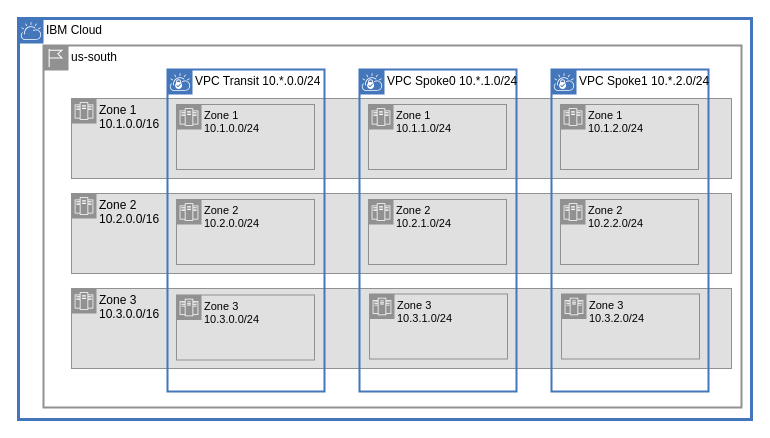
Earlier version of the draw.io diagram page "zones" (2 of 15) of diagrams/vpc-transit.drawio (ibm-cloud-docs/solution-tutorials). Source tidied: cells renumbered, new cells numbered last; positions are measured from the earlier drawing's top-left corner, leaving out a move shared by most shapes. Both pictures are drawn from the tidied source at 100%, with x=0, y=0 at pixel (18, 18).
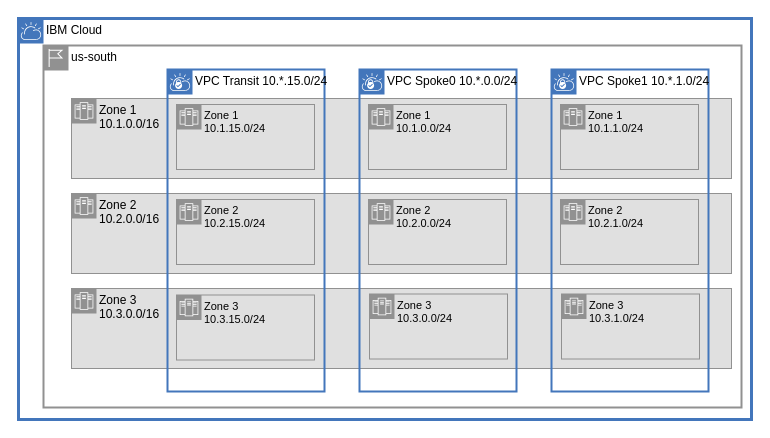
The same diagram, later.

Unchanged cells that the change refers to:
```xml
<mxCell id="7" style="group;" parent="1" vertex="1">
  <mxGeometry x="149" y="51" width="157" height="322" as="geometry" />
</mxCell>
<mxCell id="12" style="group;" parent="1" vertex="1">
  <mxGeometry x="341" y="51" width="157" height="322" as="geometry" />
</mxCell>
<mxCell id="17" style="group;" parent="1" vertex="1">
  <mxGeometry x="533" y="51" width="157" height="322" as="geometry" />
</mxCell>
```

What changed in the source:
```diff
@@
-    <mxCell id="8" value="VPC Transit 10.*.0.0/24" style="shape=mxgraph.ibm.box;prType=vpc;fontStyle=0;verticalAlign=top;align=left;spacingLeft=32;spacingTop=4;fillColor=none;rounded=0;whiteSpace=wrap;html=1;strokeColor=#4376BB;strokeWidth=2;dashed=0;spacing=-4;" parent="7" vertex="1">
+    <mxCell id="8" value="VPC Transit 10.*.15.0/24" style="shape=mxgraph.ibm.box;prType=vpc;fontStyle=0;verticalAlign=top;align=left;spacingLeft=32;spacingTop=4;fillColor=none;rounded=0;whiteSpace=wrap;html=1;strokeColor=#4376BB;strokeWidth=2;dashed=0;spacing=-4;" parent="7" vertex="1">
       <mxGeometry width="157" height="322" as="geometry" />
     </mxCell>
-    <mxCell id="9" value="Zone 1&lt;br&gt;10.1.0.0/24" style="shape=mxgraph.ibm.box;prType=zone;fontStyle=0;verticalAlign=top;align=left;spacingLeft=32;spacingTop=4;fillColor=#E0E0E0;rounded=0;whiteSpace=wrap;html=1;strokeColor=#919191;strokeWidth=1;dashed=0;spacing=-4;fontFamily=Helvetica;fontSize=11;fontColor=default;" parent="7" vertex="1">
+    <mxCell id="9" value="Zone 1&lt;br&gt;10.1.15.0/24" style="shape=mxgraph.ibm.box;prType=zone;fontStyle=0;verticalAlign=top;align=left;spacingLeft=32;spacingTop=4;fillColor=#E0E0E0;rounded=0;whiteSpace=wrap;html=1;strokeColor=#919191;strokeWidth=1;dashed=0;spacing=-4;fontFamily=Helvetica;fontSize=11;fontColor=default;" parent="7" vertex="1">
       <mxGeometry x="9" y="35" width="138" height="65" as="geometry" />
     </mxCell>
-    <mxCell id="10" value="Zone 2&lt;br&gt;10.2.0.0/24" style="shape=mxgraph.ibm.box;prType=zone;fontStyle=0;verticalAlign=top;align=left;spacingLeft=32;spacingTop=4;fillColor=#E0E0E0;rounded=0;whiteSpace=wrap;html=1;strokeColor=#919191;strokeWidth=1;dashed=0;spacing=-4;fontFamily=Helvetica;fontSize=11;fontColor=default;" parent="7" vertex="1">
+    <mxCell id="10" value="Zone 2&lt;br&gt;10.2.15.0/24" style="shape=mxgraph.ibm.box;prType=zone;fontStyle=0;verticalAlign=top;align=left;spacingLeft=32;spacingTop=4;fillColor=#E0E0E0;rounded=0;whiteSpace=wrap;html=1;strokeColor=#919191;strokeWidth=1;dashed=0;spacing=-4;fontFamily=Helvetica;fontSize=11;fontColor=default;" parent="7" vertex="1">
       <mxGeometry x="9" y="130" width="138" height="65" as="geometry" />
     </mxCell>
-    <mxCell id="11" value="Zone 3&lt;br&gt;10.3.0.0/24" style="shape=mxgraph.ibm.box;prType=zone;fontStyle=0;verticalAlign=top;align=left;spacingLeft=32;spacingTop=4;fillColor=#E0E0E0;rounded=0;whiteSpace=wrap;html=1;strokeColor=#919191;strokeWidth=1;dashed=0;spacing=-4;fontFamily=Helvetica;fontSize=11;fontColor=default;" parent="7" vertex="1">
+    <mxCell id="11" value="Zone 3&lt;br&gt;10.3.15.0/24" style="shape=mxgraph.ibm.box;prType=zone;fontStyle=0;verticalAlign=top;align=left;spacingLeft=32;spacingTop=4;fillColor=#E0E0E0;rounded=0;whiteSpace=wrap;html=1;strokeColor=#919191;strokeWidth=1;dashed=0;spacing=-4;fontFamily=Helvetica;fontSize=11;fontColor=default;" parent="7" vertex="1">
       <mxGeometry x="9" y="225.5" width="138" height="65" as="geometry" />
     </mxCell>
@@
-    <mxCell id="13" value="VPC Spoke0 10.*.1.0/24" style="shape=mxgraph.ibm.box;prType=vpc;fontStyle=0;verticalAlign=top;align=left;spacingLeft=32;spacingTop=4;fillColor=none;rounded=0;whiteSpace=wrap;html=1;strokeColor=#4376BB;strokeWidth=2;dashed=0;spacing=-4;" parent="12" vertex="1">
+    <mxCell id="13" value="VPC Spoke0 10.*.0.0/24" style="shape=mxgraph.ibm.box;prType=vpc;fontStyle=0;verticalAlign=top;align=left;spacingLeft=32;spacingTop=4;fillColor=none;rounded=0;whiteSpace=wrap;html=1;strokeColor=#4376BB;strokeWidth=2;dashed=0;spacing=-4;" parent="12" vertex="1">
       <mxGeometry width="157" height="322" as="geometry" />
     </mxCell>
-    <mxCell id="14" value="Zone 1&lt;br&gt;10.1.1.0/24" style="shape=mxgraph.ibm.box;prType=zone;fontStyle=0;verticalAlign=top;align=left;spacingLeft=32;spacingTop=4;fillColor=#E0E0E0;rounded=0;whiteSpace=wrap;html=1;strokeColor=#919191;strokeWidth=1;dashed=0;spacing=-4;fontFamily=Helvetica;fontSize=11;fontColor=default;" parent="12" vertex="1">
+    <mxCell id="14" value="Zone 1&lt;br&gt;10.1.0.0/24" style="shape=mxgraph.ibm.box;prType=zone;fontStyle=0;verticalAlign=top;align=left;spacingLeft=32;spacingTop=4;fillColor=#E0E0E0;rounded=0;whiteSpace=wrap;html=1;strokeColor=#919191;strokeWidth=1;dashed=0;spacing=-4;fontFamily=Helvetica;fontSize=11;fontColor=default;" parent="12" vertex="1">
       <mxGeometry x="9" y="35" width="138" height="65" as="geometry" />
     </mxCell>
-    <mxCell id="15" value="Zone 2&lt;br&gt;10.2.1.0/24" style="shape=mxgraph.ibm.box;prType=zone;fontStyle=0;verticalAlign=top;align=left;spacingLeft=32;spacingTop=4;fillColor=#E0E0E0;rounded=0;whiteSpace=wrap;html=1;strokeColor=#919191;strokeWidth=1;dashed=0;spacing=-4;fontFamily=Helvetica;fontSize=11;fontColor=default;" parent="12" vertex="1">
+    <mxCell id="15" value="Zone 2&lt;br&gt;10.2.0.0/24" style="shape=mxgraph.ibm.box;prType=zone;fontStyle=0;verticalAlign=top;align=left;spacingLeft=32;spacingTop=4;fillColor=#E0E0E0;rounded=0;whiteSpace=wrap;html=1;strokeColor=#919191;strokeWidth=1;dashed=0;spacing=-4;fontFamily=Helvetica;fontSize=11;fontColor=default;" parent="12" vertex="1">
       <mxGeometry x="9" y="130" width="138" height="65" as="geometry" />
     </mxCell>
-    <mxCell id="16" value="Zone 3&lt;br&gt;10.3.1.0/24" style="shape=mxgraph.ibm.box;prType=zone;fontStyle=0;verticalAlign=top;align=left;spacingLeft=32;spacingTop=4;fillColor=#E0E0E0;rounded=0;whiteSpace=wrap;html=1;strokeColor=#919191;strokeWidth=1;dashed=0;spacing=-4;fontFamily=Helvetica;fontSize=11;fontColor=default;" parent="12" vertex="1">
+    <mxCell id="16" value="Zone 3&lt;br&gt;10.3.0.0/24" style="shape=mxgraph.ibm.box;prType=zone;fontStyle=0;verticalAlign=top;align=left;spacingLeft=32;spacingTop=4;fillColor=#E0E0E0;rounded=0;whiteSpace=wrap;html=1;strokeColor=#919191;strokeWidth=1;dashed=0;spacing=-4;fontFamily=Helvetica;fontSize=11;fontColor=default;" parent="12" vertex="1">
       <mxGeometry x="10" y="224.5" width="138" height="65" as="geometry" />
     </mxCell>
@@
-    <mxCell id="18" value="VPC Spoke1 10.*.2.0/24" style="shape=mxgraph.ibm.box;prType=vpc;fontStyle=0;verticalAlign=top;align=left;spacingLeft=32;spacingTop=4;fillColor=none;rounded=0;whiteSpace=wrap;html=1;strokeColor=#4376BB;strokeWidth=2;dashed=0;spacing=-4;" parent="17" vertex="1">
+    <mxCell id="18" value="VPC Spoke1 10.*.1.0/24" style="shape=mxgraph.ibm.box;prType=vpc;fontStyle=0;verticalAlign=top;align=left;spacingLeft=32;spacingTop=4;fillColor=none;rounded=0;whiteSpace=wrap;html=1;strokeColor=#4376BB;strokeWidth=2;dashed=0;spacing=-4;" parent="17" vertex="1">
       <mxGeometry width="157" height="322" as="geometry" />
     </mxCell>
-    <mxCell id="19" value="Zone 1&lt;br&gt;10.1.2.0/24" style="shape=mxgraph.ibm.box;prType=zone;fontStyle=0;verticalAlign=top;align=left;spacingLeft=32;spacingTop=4;fillColor=#E0E0E0;rounded=0;whiteSpace=wrap;html=1;strokeColor=#919191;strokeWidth=1;dashed=0;spacing=-4;fontFamily=Helvetica;fontSize=11;fontColor=default;" parent="17" vertex="1">
+    <mxCell id="19" value="Zone 1&lt;br&gt;10.1.1.0/24" style="shape=mxgraph.ibm.box;prType=zone;fontStyle=0;verticalAlign=top;align=left;spacingLeft=32;spacingTop=4;fillColor=#E0E0E0;rounded=0;whiteSpace=wrap;html=1;strokeColor=#919191;strokeWidth=1;dashed=0;spacing=-4;fontFamily=Helvetica;fontSize=11;fontColor=default;" parent="17" vertex="1">
       <mxGeometry x="9" y="35" width="138" height="65" as="geometry" />
     </mxCell>
-    <mxCell id="20" value="Zone 2&lt;br&gt;10.2.2.0/24" style="shape=mxgraph.ibm.box;prType=zone;fontStyle=0;verticalAlign=top;align=left;spacingLeft=32;spacingTop=4;fillColor=#E0E0E0;rounded=0;whiteSpace=wrap;html=1;strokeColor=#919191;strokeWidth=1;dashed=0;spacing=-4;fontFamily=Helvetica;fontSize=11;fontColor=default;" parent="17" vertex="1">
+    <mxCell id="20" value="Zone 2&lt;br&gt;10.2.1.0/24" style="shape=mxgraph.ibm.box;prType=zone;fontStyle=0;verticalAlign=top;align=left;spacingLeft=32;spacingTop=4;fillColor=#E0E0E0;rounded=0;whiteSpace=wrap;html=1;strokeColor=#919191;strokeWidth=1;dashed=0;spacing=-4;fontFamily=Helvetica;fontSize=11;fontColor=default;" parent="17" vertex="1">
       <mxGeometry x="9" y="130" width="138" height="65" as="geometry" />
     </mxCell>
-    <mxCell id="21" value="Zone 3&lt;br&gt;10.3.2.0/24" style="shape=mxgraph.ibm.box;prType=zone;fontStyle=0;verticalAlign=top;align=left;spacingLeft=32;spacingTop=4;fillColor=#E0E0E0;rounded=0;whiteSpace=wrap;html=1;strokeColor=#919191;strokeWidth=1;dashed=0;spacing=-4;fontFamily=Helvetica;fontSize=11;fontColor=default;" parent="17" vertex="1">
+    <mxCell id="21" value="Zone 3&lt;br&gt;10.3.1.0/24" style="shape=mxgraph.ibm.box;prType=zone;fontStyle=0;verticalAlign=top;align=left;spacingLeft=32;spacingTop=4;fillColor=#E0E0E0;rounded=0;whiteSpace=wrap;html=1;strokeColor=#919191;strokeWidth=1;dashed=0;spacing=-4;fontFamily=Helvetica;fontSize=11;fontColor=default;" parent="17" vertex="1">
       <mxGeometry x="10" y="224.5" width="138" height="65" as="geometry" />
     </mxCell>
```
